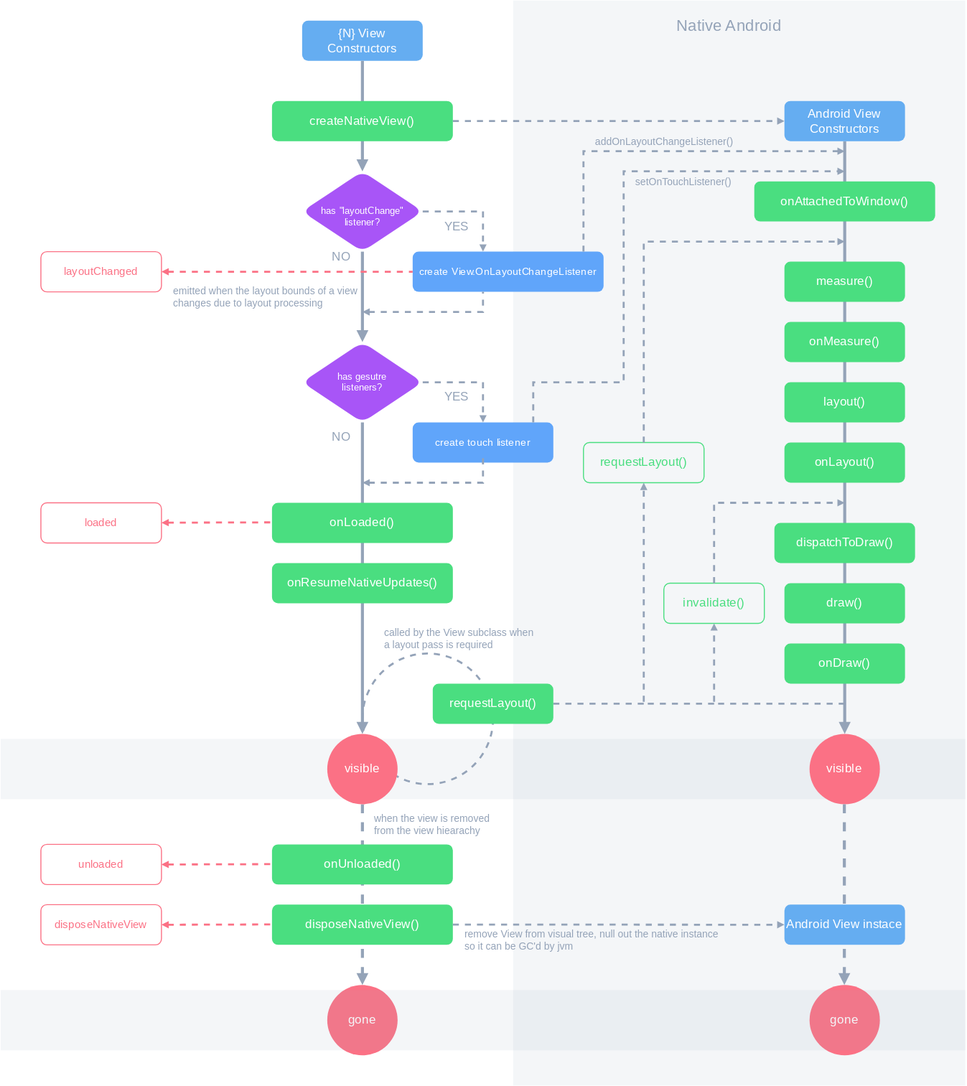
Before: content/assets/diagrams/Android_View_Lifecycle.drawio.svg, a diagram exported from draw.io (NativeScript/docs). Source tidied: cells renumbered, new cells last; positions are measured from the earlier drawing's top-left corner, leaving out a move shared by most shapes.
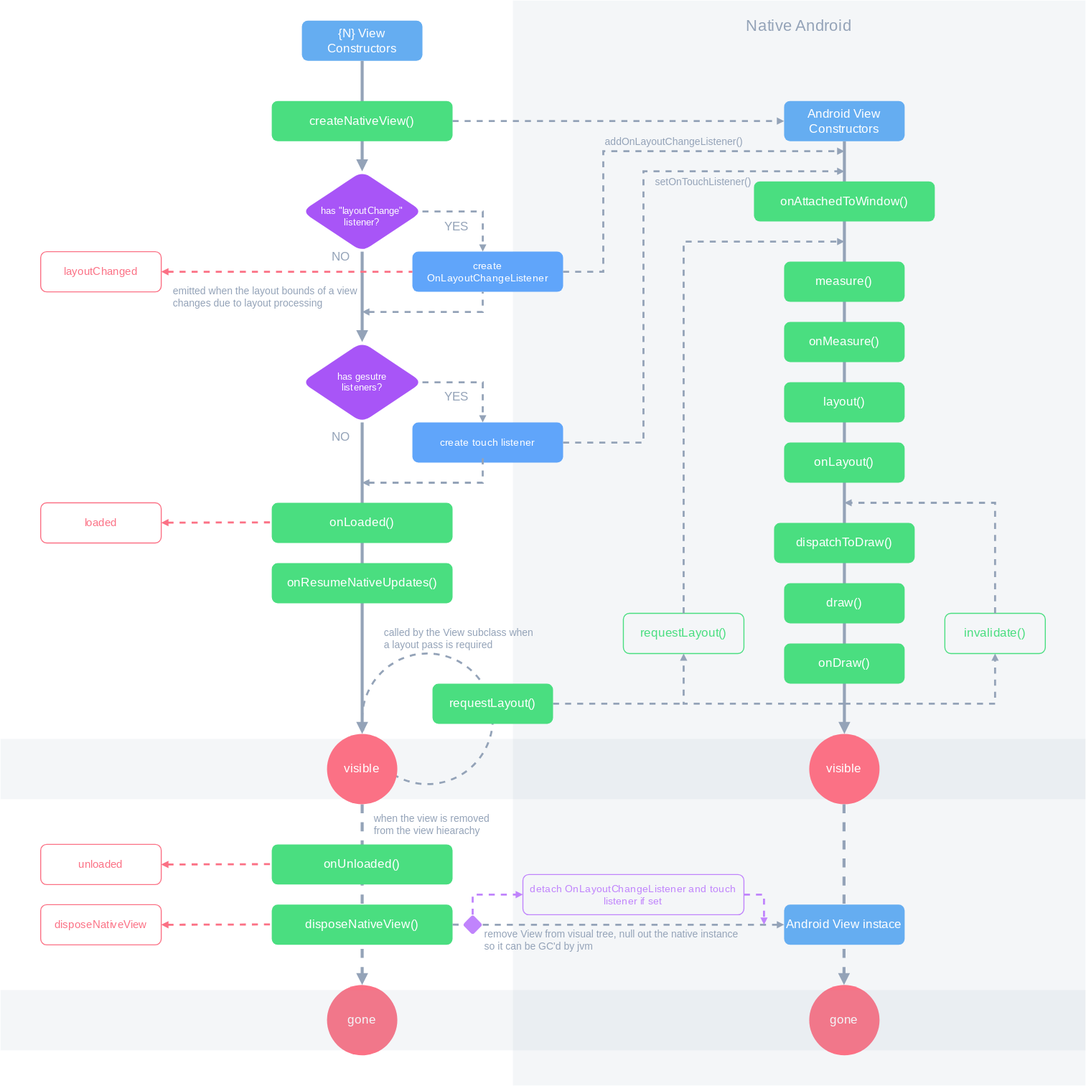
The same file after the commit.

Commit message:
chore: cleanup up lifecycle diagram arrows/layout

What changed in the source:
```diff
@@ -3,10 +3,10 @@
     <mxCell id="0" />
     <mxCell id="1" parent="0" />
     <mxCell id="2" style="rounded=0;whiteSpace=wrap;html=1;strokeColor=none;fillColor=#94A3B8;opacity=10;" parent="1" vertex="1">
-      <mxGeometry x="510" width="450" height="1080" as="geometry" />
+      <mxGeometry x="510" width="570" height="1080" as="geometry" />
     </mxCell>
     <mxCell id="3" style="rounded=0;whiteSpace=wrap;html=1;strokeColor=none;fillColor=#94A3B8;opacity=10;" parent="1" vertex="1">
-      <mxGeometry y="735" width="960" height="60" as="geometry" />
+      <mxGeometry y="735" width="1080" height="60" as="geometry" />
     </mxCell>
     <mxCell id="4" style="rounded=0;jettySize=auto;html=1;entryX=0.5;entryY=0;entryDx=0;entryDy=0;strokeWidth=3;endSize=4;endArrow=block;endFill=1;strokeColor=#94a3b8;fontFamily=Roboto Mono;fontSource=https%3A%2F%2Ffonts.googleapis.com%2Fcss%3Ffamily%3DRoboto%2BMono;exitX=0.5;exitY=1;exitDx=0;exitDy=0;startArrow=none;" parent="1" edge="1" source="5" target="6">
       <mxGeometry relative="1" as="geometry" />
@@ -42,17 +42,16 @@
       <mxGeometry x="780" y="580" width="120" height="40" as="geometry" />
     </mxCell>
     <mxCell id="15" value="invalidate()" style="whiteSpace=wrap;html=1;rounded=1;glass=0;strokeWidth=1;shadow=0;fillColor=none;strokeColor=#4ADE80;fontColor=#4ADE80;fontFamily=Roboto Mono;fontSource=https%3A%2F%2Ffonts.googleapis.com%2Fcss%3Ffamily%3DRoboto%2BMono;" parent="1" vertex="1">
-      <mxGeometry x="660" y="580" width="100" height="40" as="geometry" />
+      <mxGeometry x="940" y="610" width="100" height="40" as="geometry" />
     </mxCell>
     <mxCell id="16" value="requestLayout()" style="whiteSpace=wrap;html=1;rounded=1;glass=0;strokeWidth=1;shadow=0;fillColor=none;strokeColor=#4ADE80;fontColor=#4ADE80;fontFamily=Roboto Mono;fontSource=https%3A%2F%2Ffonts.googleapis.com%2Fcss%3Ffamily%3DRoboto%2BMono;" parent="1" vertex="1">
-      <mxGeometry x="580" y="440" width="120" height="40" as="geometry" />
+      <mxGeometry x="620" y="610" width="120" height="40" as="geometry" />
     </mxCell>
-    <mxCell id="17" style="rounded=0;orthogonalLoop=1;jettySize=auto;html=1;dashed=1;strokeWidth=2;endSize=2;startSize=2;jumpSize=6;strokeColor=#94a3b8;fontFamily=Roboto Mono;fontSource=https%3A%2F%2Ffonts.googleapis.com%2Fcss%3Ffamily%3DRoboto%2BMono;endArrow=block;endFill=1;" parent="1" edge="1">
+    <mxCell id="17" style="rounded=0;jettySize=auto;html=1;dashed=1;strokeWidth=2;endSize=2;startSize=2;jumpSize=6;strokeColor=#94a3b8;fontFamily=Roboto Mono;fontSource=https%3A%2F%2Ffonts.googleapis.com%2Fcss%3Ffamily%3DRoboto%2BMono;endArrow=block;endFill=1;" parent="1" edge="1" target="16">
       <mxGeometry relative="1" as="geometry">
-        <mxPoint x="710" y="700" as="sourcePoint" />
-        <mxPoint x="640" y="480" as="targetPoint" />
+        <mxPoint x="840" y="700" as="sourcePoint" />
         <Array as="points">
-          <mxPoint x="640" y="700" />
+          <mxPoint x="680" y="700" />
         </Array>
       </mxGeometry>
     </mxCell>
@@ -60,7 +59,7 @@
       <mxGeometry relative="1" as="geometry">
         <mxPoint x="840" y="700" as="sourcePoint" />
         <Array as="points">
-          <mxPoint x="710" y="700" />
+          <mxPoint x="990" y="700" />
         </Array>
       </mxGeometry>
     </mxCell>
@@ -68,7 +67,7 @@
       <mxGeometry relative="1" as="geometry">
         <mxPoint x="840" y="240" as="targetPoint" />
         <Array as="points">
-          <mxPoint x="640" y="240" />
+          <mxPoint x="680" y="240" />
         </Array>
       </mxGeometry>
     </mxCell>
@@ -76,7 +75,7 @@
       <mxGeometry relative="1" as="geometry">
         <mxPoint x="840" y="500" as="targetPoint" />
         <Array as="points">
-          <mxPoint x="710" y="500" />
+          <mxPoint x="990" y="500" />
         </Array>
       </mxGeometry>
     </mxCell>
@@ -94,7 +93,7 @@
     </mxCell>
     <mxCell id="25" style="rounded=0;jettySize=auto;html=1;dashed=1;strokeWidth=2;endSize=2;startSize=2;jumpSize=6;strokeColor=#94a3b8;fontFamily=Roboto Mono;fontSource=https%3A%2F%2Ffonts.googleapis.com%2Fcss%3Ffamily%3DRoboto%2BMono;endArrow=none;endFill=0;exitX=1;exitY=0.5;exitDx=0;exitDy=0;" parent="1" edge="1" source="42">
       <mxGeometry relative="1" as="geometry">
-        <mxPoint x="640" y="700" as="targetPoint" />
+        <mxPoint x="680" y="700" as="targetPoint" />
       </mxGeometry>
     </mxCell>
     <mxCell id="26" value="layoutChanged" style="whiteSpace=wrap;html=1;rounded=1;glass=0;strokeWidth=1;shadow=0;fillColor=none;strokeColor=#FB7185;fontColor=#FB7185;fontFamily=Roboto Mono;fontSource=https%3A%2F%2Ffonts.googleapis.com%2Fcss%3Ffamily%3DRoboto%2BMono;fontSize=11;" parent="1" vertex="1">
@@ -113,8 +112,8 @@
     <mxCell id="29" value="&lt;div style=&quot;font-size: 9px;&quot;&gt;has &quot;layoutChange&quot;&lt;/div&gt;&lt;div style=&quot;font-size: 9px;&quot;&gt;listener?&lt;/div&gt;" style="rhombus;whiteSpace=wrap;html=1;rounded=1;glass=0;strokeWidth=1;shadow=0;fillColor=#a855f7;fontColor=#ffffff;strokeColor=none;fontFamily=Roboto Mono;fontSource=https%3A%2F%2Ffonts.googleapis.com%2Fcss%3Ffamily%3DRoboto%2BMono;fontSize=9;verticalAlign=middle;spacing=2;spacingTop=9;" parent="1" vertex="1">
       <mxGeometry x="300" y="170" width="120" height="80" as="geometry" />
     </mxCell>
-    <mxCell id="30" value="create View.OnLayoutChangeListener" style="whiteSpace=wrap;html=1;rounded=1;glass=0;strokeWidth=1;shadow=0;fillColor=#60A5FA;strokeColor=none;fontColor=#FFFFFF;fontFamily=Roboto Mono;fontSource=https%3A%2F%2Ffonts.googleapis.com%2Fcss%3Ffamily%3DRoboto%2BMono;fontSize=10;" parent="1" vertex="1">
-      <mxGeometry x="410" y="250" width="190" height="40" as="geometry" />
+    <mxCell id="30" value="create &lt;br&gt;OnLayoutChangeListener" style="whiteSpace=wrap;html=1;rounded=1;glass=0;strokeWidth=1;shadow=0;fillColor=#60A5FA;strokeColor=none;fontColor=#FFFFFF;fontFamily=Roboto Mono;fontSource=https%3A%2F%2Ffonts.googleapis.com%2Fcss%3Ffamily%3DRoboto%2BMono;fontSize=10;" parent="1" vertex="1">
+      <mxGeometry x="410" y="250" width="150" height="40" as="geometry" />
     </mxCell>
     <mxCell id="31" style="endArrow=none;html=1;rounded=0;dashed=1;strokeWidth=2;endSize=2;startSize=2;jumpSize=6;strokeColor=#94a3b8;fontFamily=Roboto Mono;fontSource=https%3A%2F%2Ffonts.googleapis.com%2Fcss%3Ffamily%3DRoboto%2BMono;endFill=0;startArrow=block;startFill=1;" parent="1" edge="1">
       <mxGeometry relative="1" as="geometry">
@@ -150,7 +149,7 @@
       </mxGeometry>
     </mxCell>
     <mxCell id="39" value="Native Android" style="text;html=1;strokeColor=none;fillColor=none;align=center;verticalAlign=middle;whiteSpace=wrap;rounded=0;fontColor=#94a3b8;fontFamily=Roboto Mono;fontSource=https%3A%2F%2Ffonts.googleapis.com%2Fcss%3Ffamily%3DRoboto%2BMono;fontSize=16;" parent="1" vertex="1">
-      <mxGeometry x="490" y="10" width="470" height="30" as="geometry" />
+      <mxGeometry x="510" y="10" width="570" height="30" as="geometry" />
     </mxCell>
     <mxCell id="40" value="onResumeNativeUpdates()" style="whiteSpace=wrap;html=1;rounded=1;glass=0;strokeWidth=1;shadow=0;fillColor=#4ade80;strokeColor=none;fontColor=#FFFFFF;fontFamily=Roboto Mono;fontSource=https%3A%2F%2Ffonts.googleapis.com%2Fcss%3Ffamily%3DRoboto%2BMono;" parent="1" vertex="1">
       <mxGeometry x="270" y="560" width="180" height="40" as="geometry" />
@@ -191,13 +190,11 @@
         <mxPoint x="270" y="919.7" as="targetPoint" />
       </mxGeometry>
     </mxCell>
-    <mxCell id="51" style="rounded=0;jettySize=auto;html=1;dashed=1;strokeWidth=2;endSize=2;startSize=2;jumpSize=6;strokeColor=#94a3b8;fontFamily=Roboto Mono;fontSource=https%3A%2F%2Ffonts.googleapis.com%2Fcss%3Ffamily%3DRoboto%2BMono;endArrow=block;endFill=1;exitX=1;exitY=0.5;exitDx=0;exitDy=0;entryX=0;entryY=0.5;entryDx=0;entryDy=0;" parent="1" edge="1" target="55">
-      <mxGeometry relative="1" as="geometry">
-        <mxPoint x="450" y="919.8" as="sourcePoint" />
-      </mxGeometry>
+    <mxCell id="51" style="rounded=0;jettySize=auto;html=1;dashed=1;strokeWidth=2;endSize=2;startSize=2;jumpSize=6;strokeColor=#94a3b8;fontFamily=Roboto Mono;fontSource=https%3A%2F%2Ffonts.googleapis.com%2Fcss%3Ffamily%3DRoboto%2BMono;endArrow=block;endFill=1;exitX=1;exitY=0.5;exitDx=0;exitDy=0;entryX=0;entryY=0.5;entryDx=0;entryDy=0;startArrow=none;" parent="1" edge="1" source="74" target="55">
+      <mxGeometry relative="1" as="geometry" />
     </mxCell>
     <mxCell id="52" value="remove View from visual tree, null out the native instance&lt;br&gt;so it can be GC'd by jvm" style="text;align=left;verticalAlign=middle;strokeColor=none;fillColor=none;fontSize=10;rounded=0;fontColor=#94A3B8;html=1;" parent="1" vertex="1">
-      <mxGeometry x="460" y="915" width="280" height="40" as="geometry" />
+      <mxGeometry x="480" y="920" width="280" height="30" as="geometry" />
     </mxCell>
     <mxCell id="53" value="&lt;div&gt;gone&lt;/div&gt;" style="ellipse;whiteSpace=wrap;html=1;fillColor=#fb7185;strokeColor=none;fontColor=#ffffff;fontFamily=Roboto Mono;fontSource=https%3A%2F%2Ffonts.googleapis.com%2Fcss%3Ffamily%3DRoboto%2BMono;" parent="1" vertex="1">
       <mxGeometry x="805" y="980" width="70" height="70" as="geometry" />
@@ -212,22 +209,23 @@
       <mxGeometry x="780" y="900" width="120" height="40" as="geometry" />
     </mxCell>
     <mxCell id="56" style="rounded=0;whiteSpace=wrap;html=1;strokeColor=none;fillColor=#94A3B8;opacity=10;" parent="1" vertex="1">
-      <mxGeometry y="985" width="960" height="60" as="geometry" />
+      <mxGeometry y="985" width="1080" height="60" as="geometry" />
     </mxCell>
     <mxCell id="57" value="called by the View subclass when&lt;br&gt;a layout pass is required" style="text;align=left;verticalAlign=middle;strokeColor=none;fillColor=none;fontSize=10;rounded=0;fontColor=#94A3B8;html=1;" parent="1" vertex="1">
       <mxGeometry x="380" y="620" width="170" height="30" as="geometry" />
     </mxCell>
     <mxCell id="58" style="rounded=0;orthogonalLoop=1;jettySize=auto;html=1;dashed=1;strokeWidth=2;endSize=2;startSize=2;jumpSize=6;strokeColor=#94a3b8;fontFamily=Roboto Mono;fontSource=https%3A%2F%2Ffonts.googleapis.com%2Fcss%3Ffamily%3DRoboto%2BMono;endArrow=block;endFill=1;" parent="1" edge="1">
       <mxGeometry relative="1" as="geometry">
-        <mxPoint x="580" y="250" as="sourcePoint" />
+        <mxPoint x="560" y="270" as="sourcePoint" />
         <mxPoint x="840" y="150" as="targetPoint" />
         <Array as="points">
-          <mxPoint x="580" y="150" />
+          <mxPoint x="600" y="270" />
+          <mxPoint x="600" y="150" />
         </Array>
       </mxGeometry>
     </mxCell>
     <mxCell id="59" value="addOnLayoutChangeListener()" style="text;align=left;verticalAlign=middle;strokeColor=none;fillColor=none;fontSize=10;rounded=0;fontColor=#94A3B8;html=1;" parent="1" vertex="1">
-      <mxGeometry x="590" y="130" width="160" height="20" as="geometry" />
+      <mxGeometry x="600" y="130" width="160" height="20" as="geometry" />
     </mxCell>
     <mxCell id="60" style="edgeStyle=orthogonalEdgeStyle;rounded=0;orthogonalLoop=1;jettySize=auto;html=1;exitX=1;exitY=0.5;exitDx=0;exitDy=0;dashed=1;strokeWidth=2;endSize=2;startSize=2;jumpSize=6;strokeColor=#94a3b8;fontFamily=Roboto Mono;fontSource=https%3A%2F%2Ffonts.googleapis.com%2Fcss%3Ffamily%3DRoboto%2BMono;endArrow=block;endFill=1;" parent="1" edge="1">
       <mxGeometry relative="1" as="geometry">
@@ -242,7 +240,7 @@
       <mxGeometry x="440" y="380" width="40" height="30" as="geometry" />
     </mxCell>
     <mxCell id="62" value="create touch listener" style="whiteSpace=wrap;html=1;rounded=1;glass=0;strokeWidth=1;shadow=0;fillColor=#60A5FA;strokeColor=none;fontColor=#FFFFFF;fontFamily=Roboto Mono;fontSource=https%3A%2F%2Ffonts.googleapis.com%2Fcss%3Ffamily%3DRoboto%2BMono;fontSize=10;" parent="1" vertex="1">
-      <mxGeometry x="410" y="420" width="140" height="40" as="geometry" />
+      <mxGeometry x="410" y="420" width="150" height="40" as="geometry" />
     </mxCell>
     <mxCell id="63" style="endArrow=none;html=1;rounded=0;dashed=1;strokeWidth=2;endSize=2;startSize=2;jumpSize=6;strokeColor=#94a3b8;fontFamily=Roboto Mono;fontSource=https%3A%2F%2Ffonts.googleapis.com%2Fcss%3Ffamily%3DRoboto%2BMono;endFill=0;startArrow=block;startFill=1;entryX=0.5;entryY=1;entryDx=0;entryDy=0;" parent="1" edge="1">
       <mxGeometry relative="1" as="geometry">
@@ -265,22 +263,46 @@
     <mxCell id="67" value="createNativeView()" style="whiteSpace=wrap;html=1;rounded=1;glass=0;strokeWidth=1;shadow=0;fillColor=#4ade80;strokeColor=none;fontColor=#FFFFFF;fontFamily=Roboto Mono;fontSource=https%3A%2F%2Ffonts.googleapis.com%2Fcss%3Ffamily%3DRoboto%2BMono;" parent="1" vertex="1">
       <mxGeometry x="270" y="100" width="180" height="40" as="geometry" />
     </mxCell>
-    <mxCell id="68" style="rounded=0;orthogonalLoop=1;jettySize=auto;html=1;dashed=1;strokeWidth=2;endSize=2;startSize=2;jumpSize=6;strokeColor=#94a3b8;fontFamily=Roboto Mono;fontSource=https%3A%2F%2Ffonts.googleapis.com%2Fcss%3Ffamily%3DRoboto%2BMono;endArrow=block;endFill=1;" parent="1" edge="1">
+    <mxCell id="68" style="rounded=0;jettySize=auto;html=1;dashed=1;strokeWidth=2;endSize=2;startSize=2;jumpSize=6;strokeColor=#94a3b8;fontFamily=Roboto Mono;fontSource=https%3A%2F%2Ffonts.googleapis.com%2Fcss%3Ffamily%3DRoboto%2BMono;endArrow=block;endFill=1;exitX=1;exitY=0.5;exitDx=0;exitDy=0;" parent="1" edge="1" source="62">
       <mxGeometry relative="1" as="geometry">
-        <mxPoint x="530" y="420" as="sourcePoint" />
         <mxPoint x="840" y="170" as="targetPoint" />
         <Array as="points">
-          <mxPoint x="530" y="380" />
-          <mxPoint x="620" y="380" />
-          <mxPoint x="620" y="170" />
+          <mxPoint x="640" y="440" />
+          <mxPoint x="640" y="170" />
         </Array>
       </mxGeometry>
     </mxCell>
     <mxCell id="69" value="setOnTouchListener()" style="text;align=left;verticalAlign=middle;strokeColor=none;fillColor=none;fontSize=10;rounded=0;fontColor=#94A3B8;html=1;" parent="1" vertex="1">
-      <mxGeometry x="630" y="170" width="120" height="20" as="geometry" />
+      <mxGeometry x="650" y="170" width="120" height="20" as="geometry" />
     </mxCell>
     <mxCell id="70" value="when the view is removed &lt;br&gt;from the view hiearachy" style="text;align=left;verticalAlign=middle;strokeColor=none;fillColor=none;fontSize=10;rounded=0;fontColor=#94A3B8;html=1;" parent="1" vertex="1">
       <mxGeometry x="370" y="800" width="140" height="40" as="geometry" />
     </mxCell>
+    <mxCell id="71" value="detach OnLayoutChangeListener and touch listener if set" style="whiteSpace=wrap;html=1;rounded=1;glass=0;strokeWidth=1;shadow=0;fillColor=none;strokeColor=#C084FC;fontColor=#C084FC;fontFamily=Roboto Mono;fontSource=https%3A%2F%2Ffonts.googleapis.com%2Fcss%3Ffamily%3DRoboto%2BMono;fontSize=10;" parent="1" vertex="1">
+      <mxGeometry x="520" y="870" width="220" height="40" as="geometry" />
+    </mxCell>
+    <mxCell id="72" style="endArrow=block;html=1;rounded=0;dashed=1;entryX=0;entryY=0.5;entryDx=0;entryDy=0;strokeWidth=2;endSize=2;startSize=2;jumpSize=6;strokeColor=#C084FC;fontFamily=Roboto Mono;fontSource=https%3A%2F%2Ffonts.googleapis.com%2Fcss%3Ffamily%3DRoboto%2BMono;endFill=1;startArrow=none;exitX=0.5;exitY=0;exitDx=0;exitDy=0;" parent="1" edge="1" source="74" target="71">
+      <mxGeometry relative="1" as="geometry">
+        <Array as="points">
+          <mxPoint x="470" y="890" />
+        </Array>
+      </mxGeometry>
+    </mxCell>
+    <mxCell id="73" style="rounded=0;jettySize=auto;html=1;dashed=1;strokeWidth=2;endSize=2;startSize=2;jumpSize=6;strokeColor=#94a3b8;fontFamily=Roboto Mono;fontSource=https%3A%2F%2Ffonts.googleapis.com%2Fcss%3Ffamily%3DRoboto%2BMono;endArrow=none;endFill=1;exitX=1;exitY=0.5;exitDx=0;exitDy=0;entryX=0;entryY=0.5;entryDx=0;entryDy=0;" parent="1" edge="1" target="74">
+      <mxGeometry relative="1" as="geometry">
+        <mxPoint x="450" y="919.8" as="sourcePoint" />
+      </mxGeometry>
+    </mxCell>
+    <mxCell id="74" style="rhombus;whiteSpace=wrap;html=1;labelBackgroundColor=none;fontSize=11;fontColor=#C084FC;strokeColor=none;fillColor=#C084FC;rounded=1;arcSize=5;" parent="1" vertex="1">
+      <mxGeometry x="460" y="910" width="20" height="20" as="geometry" />
+    </mxCell>
+    <mxCell id="75" style="endArrow=block;html=1;rounded=0;dashed=1;strokeWidth=2;endSize=2;startSize=2;jumpSize=6;strokeColor=#C084FC;fontFamily=Roboto Mono;fontSource=https%3A%2F%2Ffonts.googleapis.com%2Fcss%3Ffamily%3DRoboto%2BMono;endFill=1;startArrow=none;exitX=1;exitY=0.5;exitDx=0;exitDy=0;" parent="1" edge="1" source="71">
+      <mxGeometry relative="1" as="geometry">
+        <mxPoint x="760" y="920" as="targetPoint" />
+        <Array as="points">
+          <mxPoint x="760" y="890" />
+        </Array>
+      </mxGeometry>
+    </mxCell>
   </root>
 </mxGraphModel>
```
